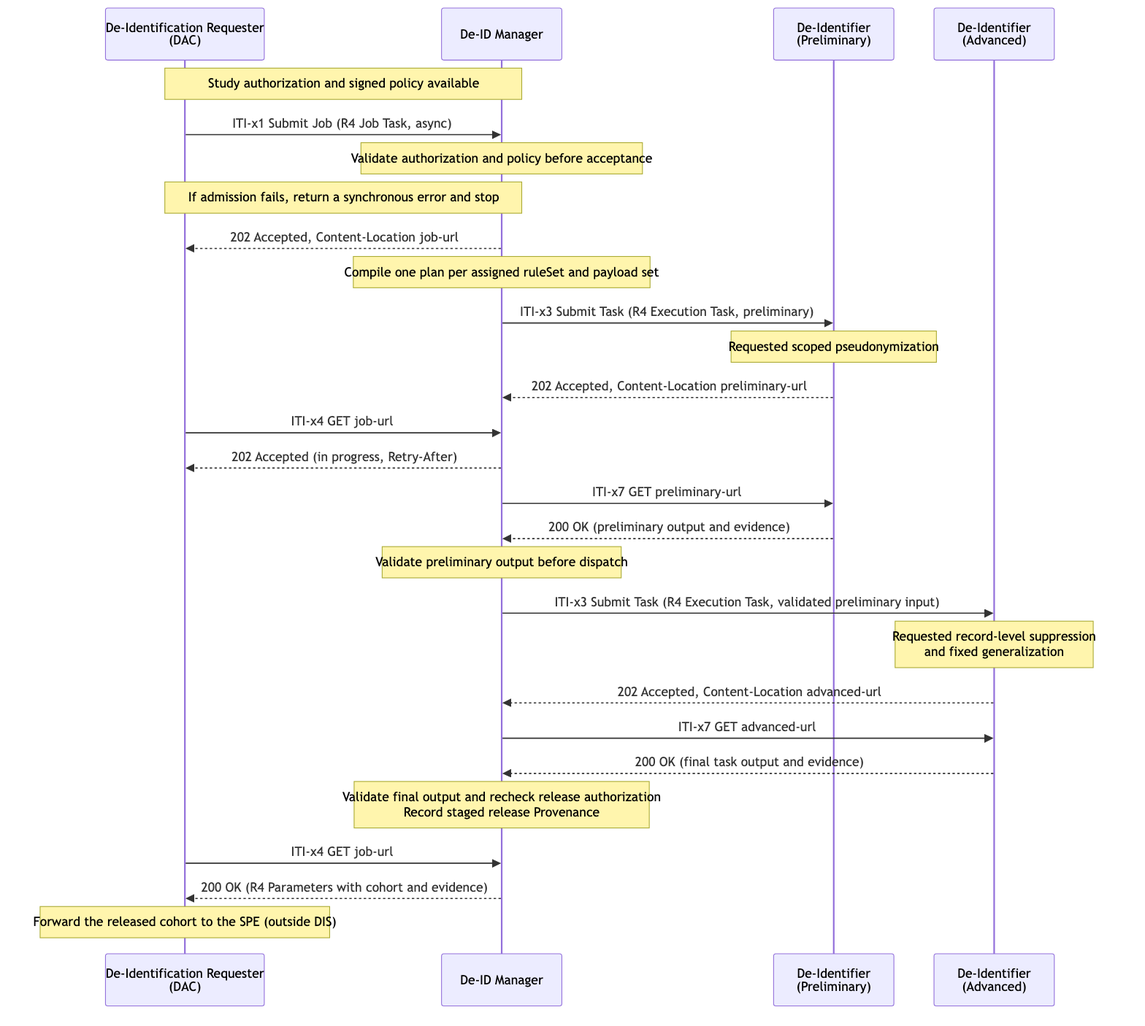
Earlier version of the Mermaid export input/images/dis-uc1-cross-border-study.png (IHE/ITI.DIS). Its source is kept beside it as input/images-source/dis-uc1-cross-border-study.mmd.
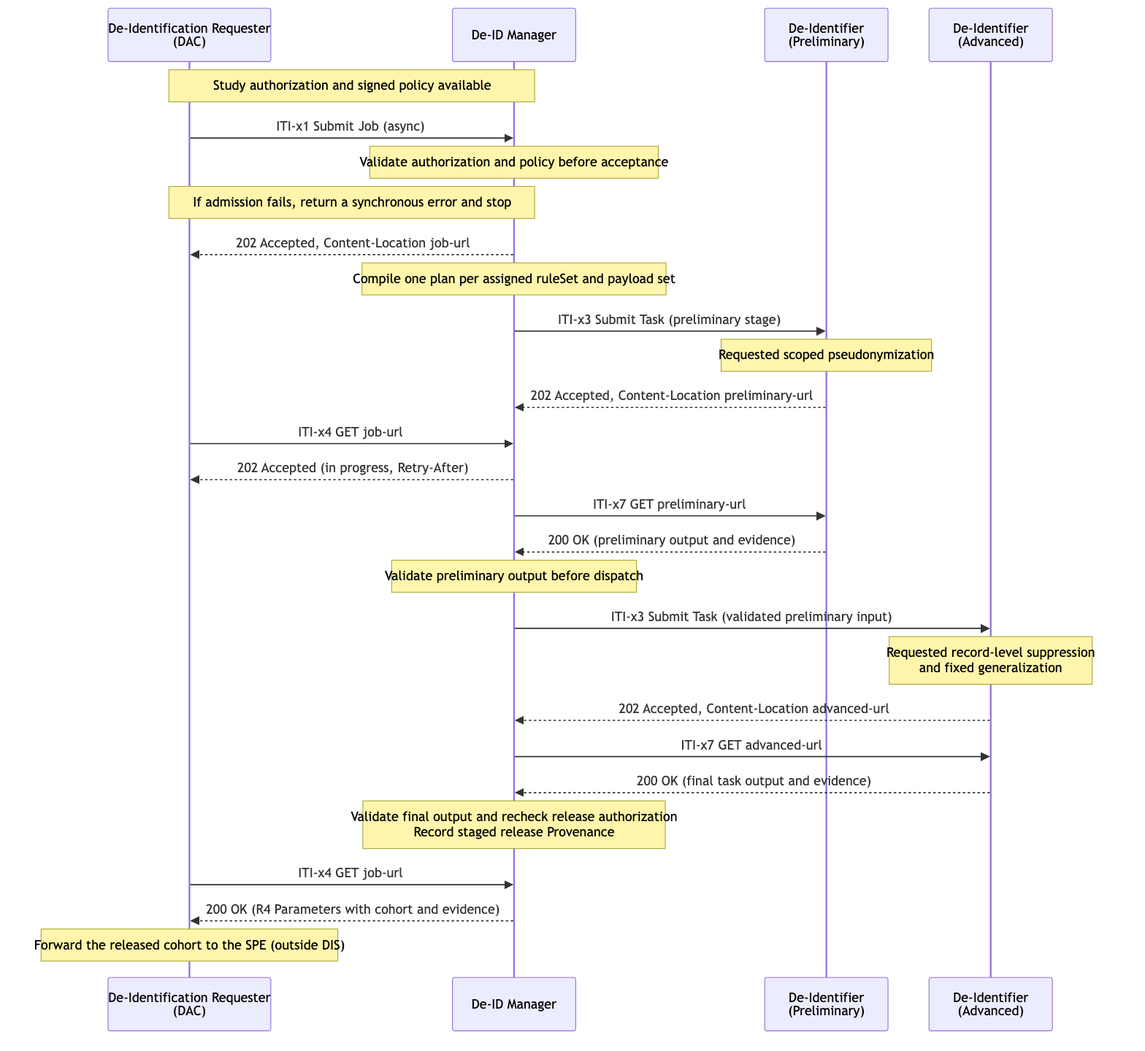
After the commit.

The edit, as a diff of the source:
```diff
@@ -5,13 +5,13 @@
     participant DI_A as De-Identifier<br/>(Advanced)
 
     Note over DAC,MGR: Study authorization and signed policy available
-    DAC->>MGR: ITI-x1 Submit Job (R4 Job Task, async)
+    DAC->>MGR: ITI-x1 Submit Job (async)
     Note over MGR: Validate authorization and policy before acceptance
     Note over DAC,MGR: If admission fails, return a synchronous error and stop
     MGR-->>DAC: 202 Accepted, Content-Location job-url
 
     Note over MGR: Compile one plan per assigned ruleSet and payload set
-    MGR->>DI_P: ITI-x3 Submit Task (R4 Execution Task, preliminary)
+    MGR->>DI_P: ITI-x3 Submit Task (preliminary stage)
     Note over DI_P: Requested scoped pseudonymization
     DI_P-->>MGR: 202 Accepted, Content-Location preliminary-url
 
@@ -21,7 +21,7 @@
     MGR->>DI_P: ITI-x7 GET preliminary-url
     DI_P-->>MGR: 200 OK (preliminary output and evidence)
     Note over MGR: Validate preliminary output before dispatch
-    MGR->>DI_A: ITI-x3 Submit Task (R4 Execution Task, validated preliminary input)
+    MGR->>DI_A: ITI-x3 Submit Task (validated preliminary input)
     Note over DI_A: Requested record-level suppression<br/>and fixed generalization
     DI_A-->>MGR: 202 Accepted, Content-Location advanced-url
 
```
